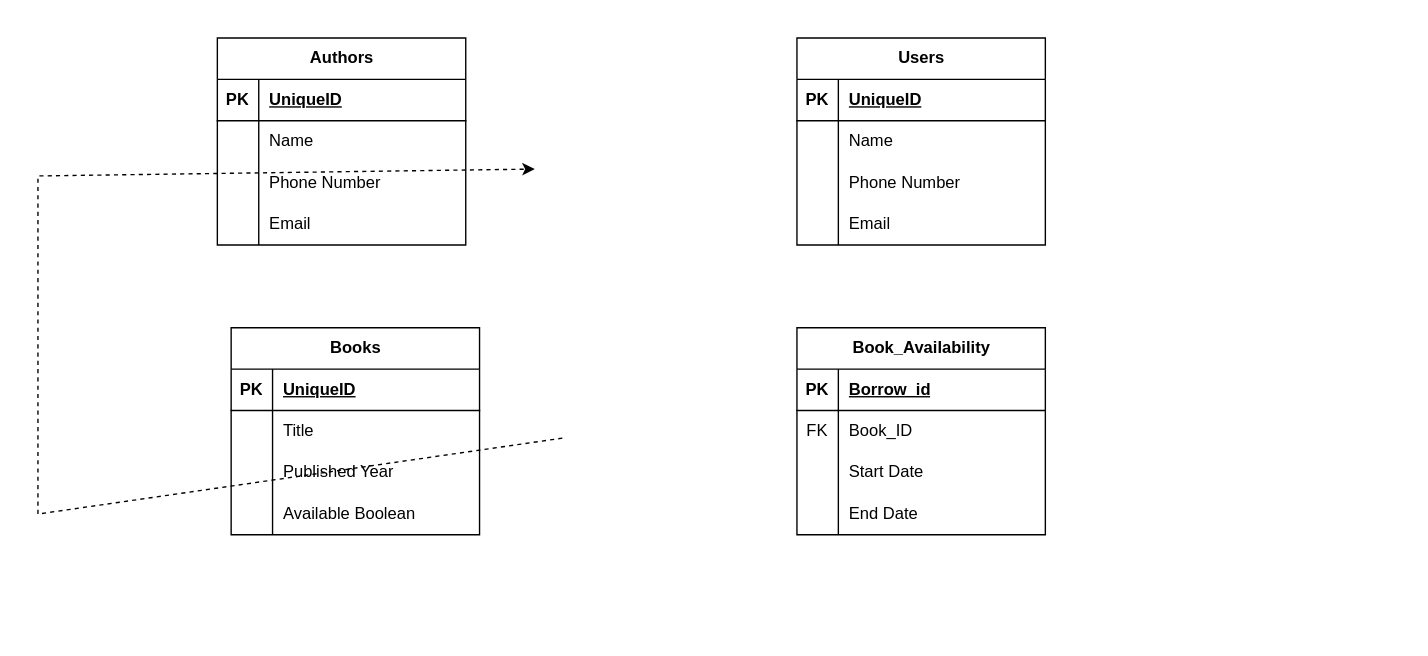
Above: Diagrama BD Biblioteca.drawio in melissagarridos/Terminal-Souls (draw.io), before the change. Source tidied: cells renumbered, new cells numbered last; positions are measured from the earlier drawing's top-left corner, leaving out a move shared by most shapes. Both pictures are drawn from the tidied source at 138%, with x=0, y=0 at pixel (37, 37).
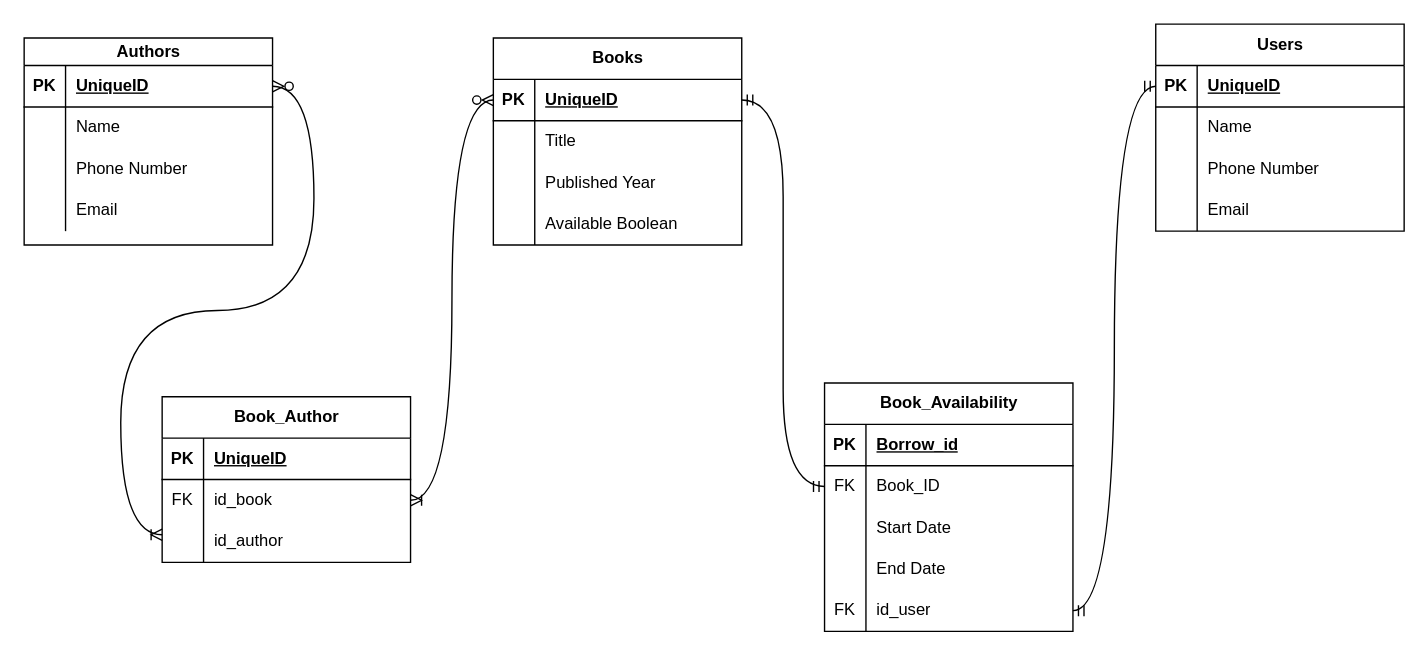
The same page after the edit.

The change refers to these unchanged cells:
```xml
<mxCell id="17" style="shape=tableRow;horizontal=0;startSize=0;swimlaneHead=0;swimlaneBody=0;fillColor=none;points=[[0,0.5],[1,0.5]];portConstraint=eastwest;top=0;left=0;right=0;bottom=1;" parent="16" vertex="1">
  <mxGeometry y="30" width="180" height="30" as="geometry" />
</mxCell>
<mxCell id="30" style="shape=tableRow;horizontal=0;startSize=0;swimlaneHead=0;swimlaneBody=0;fillColor=none;points=[[0,0.5],[1,0.5]];portConstraint=eastwest;top=0;left=0;right=0;bottom=1;" parent="29" vertex="1">
  <mxGeometry y="30" width="180" height="30" as="geometry" />
</mxCell>
<mxCell id="46" style="shape=tableRow;horizontal=0;startSize=0;swimlaneHead=0;swimlaneBody=0;fillColor=none;points=[[0,0.5],[1,0.5]];portConstraint=eastwest;top=0;left=0;right=0;bottom=0;" parent="42" vertex="1">
  <mxGeometry y="60" width="180" height="30" as="geometry" />
</mxCell>
```

Change to the diagram source:
```diff
@@
-    <mxCell id="2" style="curved=0;endArrow=classic;html=1;rounded=0;exitX=0;exitY=0.5;exitDx=0;exitDy=0;entryX=0;entryY=0.5;entryDx=0;entryDy=0;dashed=1;" parent="1" edge="1">
-      <mxGeometry relative="1" as="geometry">
-        <mxPoint x="380" y="290" as="sourcePoint" />
-        <mxPoint x="360" y="95" as="targetPoint" />
-        <Array as="points">
-          <mxPoint y="345" />
-          <mxPoint y="100" />
-        </Array>
-      </mxGeometry>
-    </mxCell>
-    <mxCell id="3" value="Authors" style="shape=table;startSize=30;childLayout=tableLayout;rowLines=0;fontStyle=1;align=center;html=1;" parent="1" vertex="1">
-      <mxGeometry x="130" width="180" height="150" as="geometry" />
+    <mxCell id="3" value="Authors" style="shape=table;startSize=20;childLayout=tableLayout;rowLines=0;fontStyle=1;align=center;html=1;" parent="1" vertex="1">
+      <mxGeometry x="-10" width="180" height="150" as="geometry" />
     </mxCell>
     <mxCell id="4" style="shape=tableRow;horizontal=0;startSize=0;swimlaneHead=0;swimlaneBody=0;fillColor=none;points=[[0,0.5],[1,0.5]];portConstraint=eastwest;top=0;left=0;right=0;bottom=1;" parent="3" vertex="1">
-      <mxGeometry y="30" width="180" height="30" as="geometry" />
+      <mxGeometry y="20" width="180" height="30" as="geometry" />
     </mxCell>
@@
     <mxCell id="7" style="shape=tableRow;horizontal=0;startSize=0;swimlaneHead=0;swimlaneBody=0;fillColor=none;top=0;left=0;right=0;bottom=0;" parent="3" vertex="1">
-      <mxGeometry y="60" width="180" height="30" as="geometry" />
+      <mxGeometry y="50" width="180" height="30" as="geometry" />
     </mxCell>
@@
     <mxCell id="10" style="shape=tableRow;horizontal=0;startSize=0;swimlaneHead=0;swimlaneBody=0;fillColor=none;top=0;left=0;right=0;bottom=0;" parent="3" vertex="1">
-      <mxGeometry y="90" width="180" height="30" as="geometry" />
+      <mxGeometry y="80" width="180" height="30" as="geometry" />
     </mxCell>
@@
     <mxCell id="13" style="shape=tableRow;horizontal=0;startSize=0;swimlaneHead=0;swimlaneBody=0;fillColor=none;top=0;left=0;right=0;bottom=0;" parent="3" vertex="1">
-      <mxGeometry y="120" width="180" height="30" as="geometry" />
+      <mxGeometry y="110" width="180" height="30" as="geometry" />
     </mxCell>
@@
     <mxCell id="16" value="Users" style="shape=table;startSize=30;childLayout=tableLayout;rowLines=0;fontStyle=1;align=center;html=1;" parent="1" vertex="1">
-      <mxGeometry x="550" width="180" height="150" as="geometry" />
+      <mxGeometry x="810" y="-10" width="180" height="150" as="geometry" />
     </mxCell>
@@
     <mxCell id="29" value="Books" style="shape=table;startSize=30;childLayout=tableLayout;rowLines=0;fontStyle=1;align=center;html=1;" parent="1" vertex="1">
-      <mxGeometry x="140" y="210" width="180" height="150" as="geometry" />
+      <mxGeometry x="330" width="180" height="150" as="geometry" />
     </mxCell>
@@
     <mxCell id="42" value="Book_Availability" style="shape=table;startSize=30;childLayout=tableLayout;rowLines=0;fontStyle=1;align=center;html=1;" parent="1" vertex="1">
-      <mxGeometry x="550" y="210" width="180" height="150" as="geometry" />
+      <mxGeometry x="570" y="250" width="180" height="180" as="geometry" />
     </mxCell>
@@
+    <mxCell id="55" style="shape=tableRow;horizontal=0;startSize=0;swimlaneHead=0;swimlaneBody=0;fillColor=none;points=[[0,0.5],[1,0.5]];portConstraint=eastwest;top=0;left=0;right=0;bottom=0;" parent="42" vertex="1">
+      <mxGeometry y="150" width="180" height="30" as="geometry" />
+    </mxCell>
+    <mxCell id="56" value="FK" style="shape=partialRectangle;fillColor=none;top=0;left=0;bottom=0;right=0;overflow=hidden;whiteSpace=wrap;html=1;" parent="55" vertex="1">
+      <mxGeometry width="30" height="30" as="geometry" />
+    </mxCell>
+    <mxCell id="57" value="id_user" style="shape=partialRectangle;fillColor=none;top=0;left=0;bottom=0;right=0;align=left;spacingLeft=6;overflow=hidden;whiteSpace=wrap;html=1;" parent="55" vertex="1">
+      <mxGeometry x="30" width="150" height="30" as="geometry" />
+    </mxCell>
+    <mxCell id="58" value="Book_Author" style="shape=table;startSize=30;childLayout=tableLayout;rowLines=0;fontStyle=1;align=center;html=1;" parent="1" vertex="1">
+      <mxGeometry x="90" y="260" width="180" height="120" as="geometry" />
+    </mxCell>
+    <mxCell id="59" style="shape=tableRow;horizontal=0;startSize=0;swimlaneHead=0;swimlaneBody=0;fillColor=none;top=0;left=0;right=0;bottom=1;" parent="58" vertex="1">
+      <mxGeometry y="30" width="180" height="30" as="geometry" />
+    </mxCell>
+    <mxCell id="60" value="PK" style="shape=partialRectangle;fillColor=none;top=0;left=0;bottom=0;right=0;fontStyle=1;overflow=hidden;whiteSpace=wrap;html=1;" parent="59" vertex="1">
+      <mxGeometry width="30" height="30" as="geometry" />
+    </mxCell>
+    <mxCell id="61" value="UniqueID" style="shape=partialRectangle;fillColor=none;top=0;left=0;bottom=0;right=0;align=left;spacingLeft=6;fontStyle=5;overflow=hidden;whiteSpace=wrap;html=1;" parent="59" vertex="1">
+      <mxGeometry x="30" width="150" height="30" as="geometry" />
+    </mxCell>
+    <mxCell id="62" style="shape=tableRow;horizontal=0;startSize=0;swimlaneHead=0;swimlaneBody=0;fillColor=none;points=[[0,0.5],[1,0.5]];portConstraint=eastwest;top=0;left=0;right=0;bottom=0;" parent="58" vertex="1">
+      <mxGeometry y="60" width="180" height="30" as="geometry" />
+    </mxCell>
+    <mxCell id="63" value="FK" style="shape=partialRectangle;fillColor=none;top=0;left=0;bottom=0;right=0;overflow=hidden;whiteSpace=wrap;html=1;" parent="62" vertex="1">
+      <mxGeometry width="30" height="30" as="geometry" />
+    </mxCell>
+    <mxCell id="64" value="id_book" style="shape=partialRectangle;fillColor=none;top=0;left=0;bottom=0;right=0;align=left;spacingLeft=6;overflow=hidden;whiteSpace=wrap;html=1;" parent="62" vertex="1">
+      <mxGeometry x="30" width="150" height="30" as="geometry" />
+    </mxCell>
+    <mxCell id="65" style="shape=tableRow;horizontal=0;startSize=0;swimlaneHead=0;swimlaneBody=0;fillColor=none;top=0;left=0;right=0;bottom=0;" parent="58" vertex="1">
+      <mxGeometry y="90" width="180" height="30" as="geometry" />
+    </mxCell>
+    <mxCell id="66" style="shape=partialRectangle;fillColor=none;top=0;left=0;bottom=0;right=0;overflow=hidden;whiteSpace=wrap;html=1;" parent="65" vertex="1">
+      <mxGeometry width="30" height="30" as="geometry" />
+    </mxCell>
+    <mxCell id="67" value="id_author" style="shape=partialRectangle;fillColor=none;top=0;left=0;bottom=0;right=0;align=left;spacingLeft=6;overflow=hidden;whiteSpace=wrap;html=1;" parent="65" vertex="1">
+      <mxGeometry x="30" width="150" height="30" as="geometry" />
+    </mxCell>
+    <mxCell id="68" style="edgeStyle=entityRelationEdgeStyle;fontSize=12;html=1;endArrow=ERoneToMany;startArrow=ERzeroToMany;rounded=0;entryX=0;entryY=0.5;entryDx=0;entryDy=0;curved=1;exitX=1;exitY=0.5;exitDx=0;exitDy=0;" parent="1" edge="1" source="4">
+      <mxGeometry relative="1" as="geometry">
+        <mxPoint x="90" y="360" as="targetPoint" />
+      </mxGeometry>
+    </mxCell>
+    <mxCell id="69" style="edgeStyle=entityRelationEdgeStyle;fontSize=12;html=1;endArrow=ERoneToMany;startArrow=ERzeroToMany;rounded=0;entryX=1;entryY=0.5;entryDx=0;entryDy=0;curved=1;exitX=0;exitY=0.5;exitDx=0;exitDy=0;" parent="1" edge="1" source="30" target="62">
+      <mxGeometry relative="1" as="geometry" />
+    </mxCell>
+    <mxCell id="70" style="edgeStyle=entityRelationEdgeStyle;fontSize=12;html=1;endArrow=ERmandOne;startArrow=ERmandOne;rounded=0;curved=1;exitX=1;exitY=0.5;exitDx=0;exitDy=0;entryX=0;entryY=0.5;entryDx=0;entryDy=0;" parent="1" edge="1" source="30" target="46">
+      <mxGeometry relative="1" as="geometry" />
+    </mxCell>
+    <mxCell id="71" style="edgeStyle=entityRelationEdgeStyle;fontSize=12;html=1;endArrow=ERmandOne;startArrow=ERmandOne;rounded=0;curved=1;exitX=0;exitY=0.5;exitDx=0;exitDy=0;entryX=1;entryY=0.5;entryDx=0;entryDy=0;" parent="1" edge="1" source="17" target="55">
+      <mxGeometry relative="1" as="geometry" />
+    </mxCell>
```
